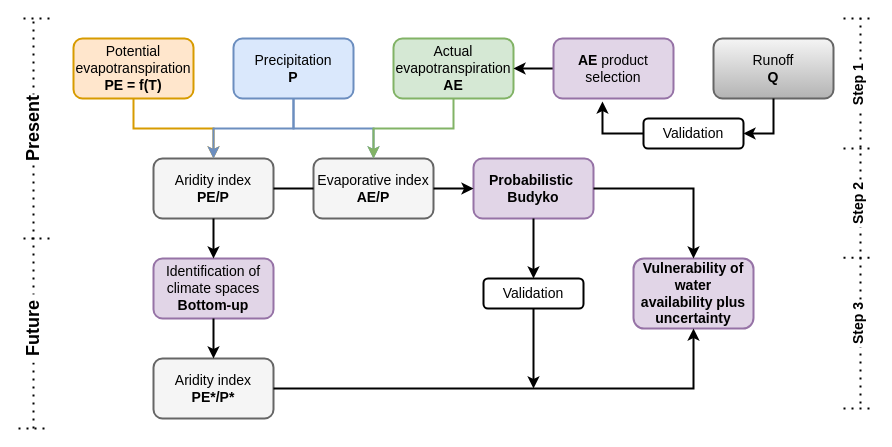
Above: prob_Budyko_workflow.drawio in adrHuerta/diagrams (draw.io), before the change. Source tidied: cells renumbered, new cells numbered last; positions are measured from the earlier drawing's top-left corner, leaving out a move shared by most shapes. Both pictures are drawn from the tidied source at 100%, with x=0, y=0 at pixel (-1, 18).
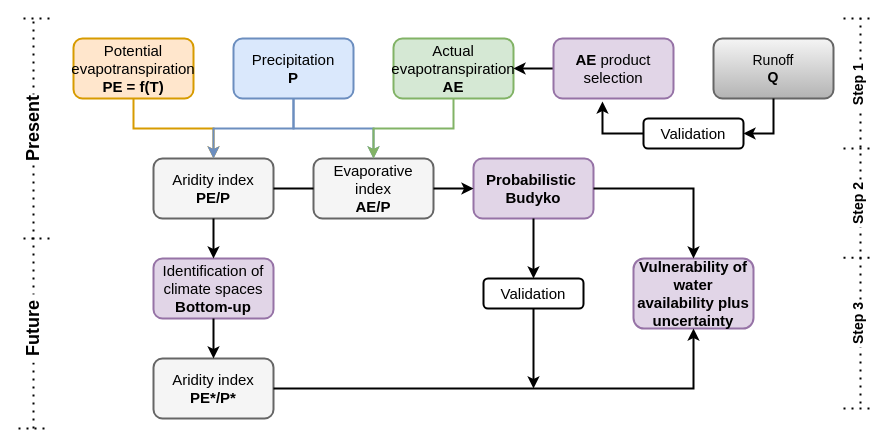
The same page after the edit.

Unchanged cells that the change refers to:
```xml
<mxCell id="2" style="group;" parent="1" vertex="1">
  <mxGeometry x="19" width="855" height="410" as="geometry" />
</mxCell>
<mxCell id="8" value="Runoff&lt;br style=&quot;font-size: 14px&quot;&gt;&lt;b&gt;Q&lt;/b&gt;" style="rounded=1;whiteSpace=wrap;html=1;strokeWidth=2;fillColor=#f5f5f5;strokeColor=#666666;gradientColor=#b3b3b3;fontSize=14;fontFamily=Helvetica;" parent="2" vertex="1">
  <mxGeometry x="695" y="20" width="120" height="60" as="geometry" />
</mxCell>
```

The edit, as a diff of the source:
```diff
@@
-    <mxCell id="3" value="Potential evapotranspiration&lt;br style=&quot;font-size: 14px&quot;&gt;&lt;b&gt;PE = f(T)&lt;/b&gt;" style="rounded=1;whiteSpace=wrap;html=1;strokeWidth=2;fillColor=#ffe6cc;strokeColor=#d79b00;fontSize=14;fontFamily=Helvetica;" parent="2" vertex="1">
+    <mxCell id="3" value="Potential evapotranspiration&lt;br style=&quot;font-size: 15px;&quot;&gt;&lt;b style=&quot;font-size: 15px;&quot;&gt;PE = f(T)&lt;/b&gt;" style="rounded=1;whiteSpace=wrap;html=1;strokeWidth=2;fillColor=#ffe6cc;strokeColor=#d79b00;fontSize=15;fontFamily=Helvetica;" parent="2" vertex="1">
       <mxGeometry x="55" y="20" width="120" height="60" as="geometry" />
     </mxCell>
-    <mxCell id="4" value="Precipitation&lt;br style=&quot;font-size: 14px&quot;&gt;&lt;b&gt;P&lt;/b&gt;" style="rounded=1;whiteSpace=wrap;html=1;strokeWidth=2;fillColor=#dae8fc;strokeColor=#6c8ebf;fontSize=14;fontFamily=Helvetica;" parent="2" vertex="1">
+    <mxCell id="4" value="Precipitation&lt;br style=&quot;font-size: 15px;&quot;&gt;&lt;b style=&quot;font-size: 15px;&quot;&gt;P&lt;/b&gt;" style="rounded=1;whiteSpace=wrap;html=1;strokeWidth=2;fillColor=#dae8fc;strokeColor=#6c8ebf;fontSize=15;fontFamily=Helvetica;" parent="2" vertex="1">
       <mxGeometry x="215" y="20" width="120" height="60" as="geometry" />
     </mxCell>
-    <mxCell id="5" value="Actual evapotranspiration&lt;br style=&quot;font-size: 14px&quot;&gt;&lt;b&gt;AE&lt;/b&gt;" style="rounded=1;whiteSpace=wrap;html=1;strokeWidth=2;fillColor=#d5e8d4;strokeColor=#82b366;fontSize=14;fontFamily=Helvetica;" parent="2" vertex="1">
+    <mxCell id="5" value="Actual evapotranspiration&lt;br style=&quot;font-size: 15px;&quot;&gt;&lt;b style=&quot;font-size: 15px;&quot;&gt;AE&lt;/b&gt;" style="rounded=1;whiteSpace=wrap;html=1;strokeWidth=2;fillColor=#d5e8d4;strokeColor=#82b366;fontSize=15;fontFamily=Helvetica;" parent="2" vertex="1">
       <mxGeometry x="375" y="20" width="120" height="60" as="geometry" />
     </mxCell>
-    <mxCell id="6" style="edgeStyle=orthogonalEdgeStyle;rounded=0;jettySize=auto;html=1;entryX=1;entryY=0.5;entryDx=0;entryDy=0;strokeWidth=2;fontSize=14;fontFamily=Helvetica;" parent="2" edge="1" source="7" target="5">
+    <mxCell id="6" style="edgeStyle=orthogonalEdgeStyle;rounded=0;jettySize=auto;html=1;entryX=1;entryY=0.5;entryDx=0;entryDy=0;strokeWidth=2;fontSize=15;fontFamily=Helvetica;" parent="2" edge="1" source="7" target="5">
       <mxGeometry relative="1" as="geometry" />
     </mxCell>
-    <mxCell id="7" value="&lt;b&gt;AE&lt;/b&gt; product selection" style="rounded=1;whiteSpace=wrap;html=1;strokeWidth=2;fillColor=#e1d5e7;strokeColor=#9673a6;fontSize=14;fontFamily=Helvetica;" parent="2" vertex="1">
+    <mxCell id="7" value="&lt;b style=&quot;font-size: 15px;&quot;&gt;AE&lt;/b&gt; product selection" style="rounded=1;whiteSpace=wrap;html=1;strokeWidth=2;fillColor=#e1d5e7;strokeColor=#9673a6;fontSize=15;fontFamily=Helvetica;" parent="2" vertex="1">
       <mxGeometry x="535" y="20" width="120" height="60" as="geometry" />
     </mxCell>
@@
-    <mxCell id="9" value="Aridity index&lt;br style=&quot;font-size: 14px&quot;&gt;&lt;b&gt;PE/P&lt;/b&gt;" style="rounded=1;whiteSpace=wrap;html=1;strokeWidth=2;fillColor=#f5f5f5;strokeColor=#666666;fontSize=14;fontFamily=Helvetica;" parent="2" vertex="1">
+    <mxCell id="9" value="Aridity index&lt;br style=&quot;font-size: 15px;&quot;&gt;&lt;b style=&quot;font-size: 15px;&quot;&gt;PE/P&lt;/b&gt;" style="rounded=1;whiteSpace=wrap;html=1;strokeWidth=2;fillColor=#f5f5f5;strokeColor=#666666;fontSize=15;fontFamily=Helvetica;" parent="2" vertex="1">
       <mxGeometry x="135" y="140" width="120" height="60" as="geometry" />
     </mxCell>
-    <mxCell id="10" style="edgeStyle=orthogonalEdgeStyle;rounded=0;jettySize=auto;html=1;entryX=0.5;entryY=0;entryDx=0;entryDy=0;strokeWidth=2;fillColor=#ffe6cc;strokeColor=#d79b00;fontSize=14;fontFamily=Helvetica;" parent="2" edge="1" source="3" target="9">
+    <mxCell id="10" style="edgeStyle=orthogonalEdgeStyle;rounded=0;jettySize=auto;html=1;entryX=0.5;entryY=0;entryDx=0;entryDy=0;strokeWidth=2;fillColor=#ffe6cc;strokeColor=#d79b00;fontSize=15;fontFamily=Helvetica;" parent="2" edge="1" source="3" target="9">
       <mxGeometry relative="1" as="geometry" />
     </mxCell>
-    <mxCell id="11" style="edgeStyle=orthogonalEdgeStyle;rounded=0;jettySize=auto;html=1;entryX=0.5;entryY=0;entryDx=0;entryDy=0;strokeWidth=2;fillColor=#dae8fc;strokeColor=#6c8ebf;fontSize=14;fontFamily=Helvetica;" parent="2" edge="1" source="4" target="9">
+    <mxCell id="11" style="edgeStyle=orthogonalEdgeStyle;rounded=0;jettySize=auto;html=1;entryX=0.5;entryY=0;entryDx=0;entryDy=0;strokeWidth=2;fillColor=#dae8fc;strokeColor=#6c8ebf;fontSize=15;fontFamily=Helvetica;" parent="2" edge="1" source="4" target="9">
       <mxGeometry relative="1" as="geometry" />
     </mxCell>
-    <mxCell id="12" value="Evaporative index&lt;br style=&quot;font-size: 14px&quot;&gt;&lt;b&gt;AE/P&lt;/b&gt;" style="rounded=1;whiteSpace=wrap;html=1;strokeWidth=2;fillColor=#f5f5f5;strokeColor=#666666;fontSize=14;fontFamily=Helvetica;" parent="2" vertex="1">
+    <mxCell id="12" value="Evaporative index&lt;br style=&quot;font-size: 15px;&quot;&gt;&lt;b style=&quot;font-size: 15px;&quot;&gt;AE/P&lt;/b&gt;" style="rounded=1;whiteSpace=wrap;html=1;strokeWidth=2;fillColor=#f5f5f5;strokeColor=#666666;fontSize=15;fontFamily=Helvetica;" parent="2" vertex="1">
       <mxGeometry x="295" y="140" width="120" height="60" as="geometry" />
     </mxCell>
-    <mxCell id="13" style="edgeStyle=orthogonalEdgeStyle;rounded=0;jettySize=auto;html=1;strokeWidth=2;fillColor=#dae8fc;strokeColor=#6c8ebf;fontSize=14;fontFamily=Helvetica;" parent="2" edge="1" source="4" target="12">
+    <mxCell id="13" style="edgeStyle=orthogonalEdgeStyle;rounded=0;jettySize=auto;html=1;strokeWidth=2;fillColor=#dae8fc;strokeColor=#6c8ebf;fontSize=15;fontFamily=Helvetica;" parent="2" edge="1" source="4" target="12">
       <mxGeometry relative="1" as="geometry" />
     </mxCell>
-    <mxCell id="14" style="edgeStyle=orthogonalEdgeStyle;rounded=0;jettySize=auto;html=1;entryX=0.5;entryY=0;entryDx=0;entryDy=0;strokeWidth=2;fillColor=#d5e8d4;strokeColor=#82b366;fontSize=14;fontFamily=Helvetica;" parent="2" edge="1" source="5" target="12">
+    <mxCell id="14" style="edgeStyle=orthogonalEdgeStyle;rounded=0;jettySize=auto;html=1;entryX=0.5;entryY=0;entryDx=0;entryDy=0;strokeWidth=2;fillColor=#d5e8d4;strokeColor=#82b366;fontSize=15;fontFamily=Helvetica;" parent="2" edge="1" source="5" target="12">
       <mxGeometry relative="1" as="geometry">
         <Array as="points">
           <mxPoint x="435" y="110" />
           <mxPoint x="355" y="110" />
         </Array>
       </mxGeometry>
     </mxCell>
-    <mxCell id="15" style="edgeStyle=orthogonalEdgeStyle;rounded=0;jettySize=auto;html=1;entryX=0;entryY=0.5;entryDx=0;entryDy=0;endArrow=none;endFill=0;strokeWidth=2;fontSize=14;fontFamily=Helvetica;" parent="2" edge="1" source="9" target="12">
+    <mxCell id="15" style="edgeStyle=orthogonalEdgeStyle;rounded=0;jettySize=auto;html=1;entryX=0;entryY=0.5;entryDx=0;entryDy=0;endArrow=none;endFill=0;strokeWidth=2;fontSize=15;fontFamily=Helvetica;" parent="2" edge="1" source="9" target="12">
       <mxGeometry relative="1" as="geometry" />
     </mxCell>
-    <mxCell id="16" value="Probabilistic&amp;nbsp;&lt;br style=&quot;font-size: 14px;&quot;&gt;Budyko" style="rounded=1;whiteSpace=wrap;html=1;strokeWidth=2;fillColor=#e1d5e7;strokeColor=#9673a6;fontSize=14;fontFamily=Helvetica;fontStyle=1;" parent="2" vertex="1">
+    <mxCell id="16" value="Probabilistic&amp;nbsp;&lt;br style=&quot;font-size: 15px;&quot;&gt;Budyko" style="rounded=1;whiteSpace=wrap;html=1;strokeWidth=2;fillColor=#e1d5e7;strokeColor=#9673a6;fontSize=15;fontFamily=Helvetica;fontStyle=1;" parent="2" vertex="1">
       <mxGeometry x="455" y="140" width="120" height="60" as="geometry" />
     </mxCell>
-    <mxCell id="17" style="edgeStyle=orthogonalEdgeStyle;rounded=0;jettySize=auto;html=1;entryX=0;entryY=0.5;entryDx=0;entryDy=0;endArrow=classic;endFill=1;strokeWidth=2;fontSize=14;fontFamily=Helvetica;" parent="2" edge="1" source="12" target="16">
+    <mxCell id="17" style="edgeStyle=orthogonalEdgeStyle;rounded=0;jettySize=auto;html=1;entryX=0;entryY=0.5;entryDx=0;entryDy=0;endArrow=classic;endFill=1;strokeWidth=2;fontSize=15;fontFamily=Helvetica;" parent="2" edge="1" source="12" target="16">
       <mxGeometry relative="1" as="geometry" />
     </mxCell>
-    <mxCell id="18" value="Identification of climate spaces&lt;br style=&quot;font-size: 14px&quot;&gt;&lt;b&gt;Bottom-up&lt;/b&gt;" style="rounded=1;whiteSpace=wrap;html=1;strokeWidth=2;fillColor=#e1d5e7;strokeColor=#9673a6;fontSize=14;fontFamily=Helvetica;" parent="2" vertex="1">
+    <mxCell id="18" value="Identification of climate spaces&lt;br style=&quot;font-size: 15px;&quot;&gt;&lt;b style=&quot;font-size: 15px;&quot;&gt;Bottom-up&lt;/b&gt;" style="rounded=1;whiteSpace=wrap;html=1;strokeWidth=2;fillColor=#e1d5e7;strokeColor=#9673a6;fontSize=15;fontFamily=Helvetica;" parent="2" vertex="1">
       <mxGeometry x="135" y="240" width="120" height="60" as="geometry" />
     </mxCell>
-    <mxCell id="19" style="edgeStyle=orthogonalEdgeStyle;rounded=0;jettySize=auto;html=1;entryX=0.5;entryY=0;entryDx=0;entryDy=0;strokeWidth=2;fontSize=14;fontFamily=Helvetica;" parent="2" edge="1" source="9" target="18">
+    <mxCell id="19" style="edgeStyle=orthogonalEdgeStyle;rounded=0;jettySize=auto;html=1;entryX=0.5;entryY=0;entryDx=0;entryDy=0;strokeWidth=2;fontSize=15;fontFamily=Helvetica;" parent="2" edge="1" source="9" target="18">
       <mxGeometry relative="1" as="geometry" />
     </mxCell>
-    <mxCell id="20" value="&lt;span style=&quot;font-size: 14px&quot;&gt;Aridity index&lt;/span&gt;&lt;br style=&quot;font-size: 14px&quot;&gt;&lt;span style=&quot;font-size: 14px&quot;&gt;&lt;b&gt;PE*/P*&lt;/b&gt;&lt;/span&gt;" style="rounded=1;whiteSpace=wrap;html=1;strokeWidth=2;fillColor=#f5f5f5;strokeColor=#666666;fontSize=14;fontFamily=Helvetica;" parent="2" vertex="1">
+    <mxCell id="20" value="&lt;span style=&quot;font-size: 15px;&quot;&gt;Aridity index&lt;/span&gt;&lt;br style=&quot;font-size: 15px;&quot;&gt;&lt;span style=&quot;font-size: 15px;&quot;&gt;&lt;b style=&quot;font-size: 15px;&quot;&gt;PE*/P*&lt;/b&gt;&lt;/span&gt;" style="rounded=1;whiteSpace=wrap;html=1;strokeWidth=2;fillColor=#f5f5f5;strokeColor=#666666;fontSize=15;fontFamily=Helvetica;" parent="2" vertex="1">
       <mxGeometry x="135" y="340" width="120" height="60" as="geometry" />
     </mxCell>
-    <mxCell id="21" style="edgeStyle=orthogonalEdgeStyle;rounded=0;jettySize=auto;html=1;strokeWidth=2;fontSize=14;fontFamily=Helvetica;" parent="2" edge="1" source="18" target="20">
+    <mxCell id="21" style="edgeStyle=orthogonalEdgeStyle;rounded=0;jettySize=auto;html=1;strokeWidth=2;fontSize=15;fontFamily=Helvetica;" parent="2" edge="1" source="18" target="20">
       <mxGeometry relative="1" as="geometry" />
     </mxCell>
-    <mxCell id="22" value="Vulnerability of water availability&amp;nbsp;plus uncertainty" style="rounded=1;whiteSpace=wrap;html=1;strokeWidth=2;fillColor=#e1d5e7;strokeColor=#9673a6;fontSize=14;fontFamily=Helvetica;fontStyle=1;" parent="2" vertex="1">
+    <mxCell id="22" value="Vulnerability of water availability&amp;nbsp;plus uncertainty" style="rounded=1;whiteSpace=wrap;html=1;strokeWidth=2;fillColor=#e1d5e7;strokeColor=#9673a6;fontSize=15;fontFamily=Helvetica;fontStyle=1;" parent="2" vertex="1">
       <mxGeometry x="615" y="240" width="120" height="70" as="geometry" />
     </mxCell>
-    <mxCell id="23" style="edgeStyle=orthogonalEdgeStyle;rounded=0;jettySize=auto;html=1;entryX=0.5;entryY=0;entryDx=0;entryDy=0;strokeWidth=2;fontSize=14;fontFamily=Helvetica;" parent="2" edge="1" source="16" target="22">
+    <mxCell id="23" style="edgeStyle=orthogonalEdgeStyle;rounded=0;jettySize=auto;html=1;entryX=0.5;entryY=0;entryDx=0;entryDy=0;strokeWidth=2;fontSize=15;fontFamily=Helvetica;" parent="2" edge="1" source="16" target="22">
       <mxGeometry relative="1" as="geometry" />
     </mxCell>
-    <mxCell id="24" style="edgeStyle=orthogonalEdgeStyle;rounded=0;jettySize=auto;html=1;entryX=0.5;entryY=1;entryDx=0;entryDy=0;strokeWidth=2;fontSize=14;fontFamily=Helvetica;" parent="2" edge="1" source="20" target="22">
+    <mxCell id="24" style="edgeStyle=orthogonalEdgeStyle;rounded=0;jettySize=auto;html=1;entryX=0.5;entryY=1;entryDx=0;entryDy=0;strokeWidth=2;fontSize=15;fontFamily=Helvetica;" parent="2" edge="1" source="20" target="22">
       <mxGeometry relative="1" as="geometry" />
     </mxCell>
-    <mxCell id="25" style="edgeStyle=orthogonalEdgeStyle;rounded=0;jettySize=auto;html=1;entryX=0.408;entryY=1.05;entryDx=0;entryDy=0;entryPerimeter=0;strokeWidth=2;fontSize=14;fontFamily=Helvetica;" parent="2" edge="1" source="26" target="7">
+    <mxCell id="25" style="edgeStyle=orthogonalEdgeStyle;rounded=0;jettySize=auto;html=1;entryX=0.408;entryY=1.05;entryDx=0;entryDy=0;entryPerimeter=0;strokeWidth=2;fontSize=15;fontFamily=Helvetica;" parent="2" edge="1" source="26" target="7">
       <mxGeometry relative="1" as="geometry">
         <Array as="points">
           <mxPoint x="584" y="115" />
         </Array>
       </mxGeometry>
     </mxCell>
-    <mxCell id="26" value="Validation" style="rounded=1;whiteSpace=wrap;html=1;strokeWidth=2;fontSize=14;fontFamily=Helvetica;" parent="2" vertex="1">
+    <mxCell id="26" value="Validation" style="rounded=1;whiteSpace=wrap;html=1;strokeWidth=2;fontSize=15;fontFamily=Helvetica;" parent="2" vertex="1">
       <mxGeometry x="625" y="100" width="100" height="30" as="geometry" />
     </mxCell>
-    <mxCell id="27" style="edgeStyle=orthogonalEdgeStyle;rounded=0;jettySize=auto;html=1;entryX=1;entryY=0.5;entryDx=0;entryDy=0;strokeWidth=2;fontSize=14;fontFamily=Helvetica;" parent="2" edge="1" source="8" target="26">
+    <mxCell id="27" style="edgeStyle=orthogonalEdgeStyle;rounded=0;jettySize=auto;html=1;entryX=1;entryY=0.5;entryDx=0;entryDy=0;strokeWidth=2;fontSize=15;fontFamily=Helvetica;" parent="2" edge="1" source="8" target="26">
       <mxGeometry relative="1" as="geometry" />
     </mxCell>
-    <mxCell id="28" style="edgeStyle=orthogonalEdgeStyle;rounded=0;jettySize=auto;html=1;strokeWidth=2;fontSize=14;fontFamily=Helvetica;" parent="2" edge="1" source="29">
+    <mxCell id="28" style="edgeStyle=orthogonalEdgeStyle;rounded=0;jettySize=auto;html=1;strokeWidth=2;fontSize=15;fontFamily=Helvetica;" parent="2" edge="1" source="29">
       <mxGeometry relative="1" as="geometry">
         <mxPoint x="515" y="370" as="targetPoint" />
       </mxGeometry>
     </mxCell>
-    <mxCell id="29" value="Validation" style="rounded=1;whiteSpace=wrap;html=1;strokeWidth=2;fontSize=14;fontFamily=Helvetica;" parent="2" vertex="1">
+    <mxCell id="29" value="Validation" style="rounded=1;whiteSpace=wrap;html=1;strokeWidth=2;fontSize=15;fontFamily=Helvetica;" parent="2" vertex="1">
       <mxGeometry x="465" y="260" width="100" height="30" as="geometry" />
     </mxCell>
-    <mxCell id="30" style="edgeStyle=orthogonalEdgeStyle;rounded=0;jettySize=auto;html=1;entryX=0.5;entryY=0;entryDx=0;entryDy=0;strokeWidth=2;fontSize=14;fontFamily=Helvetica;" parent="2" edge="1" source="16" target="29">
+    <mxCell id="30" style="edgeStyle=orthogonalEdgeStyle;rounded=0;jettySize=auto;html=1;entryX=0.5;entryY=0;entryDx=0;entryDy=0;strokeWidth=2;fontSize=15;fontFamily=Helvetica;" parent="2" edge="1" source="16" target="29">
       <mxGeometry relative="1" as="geometry" />
     </mxCell>
```
